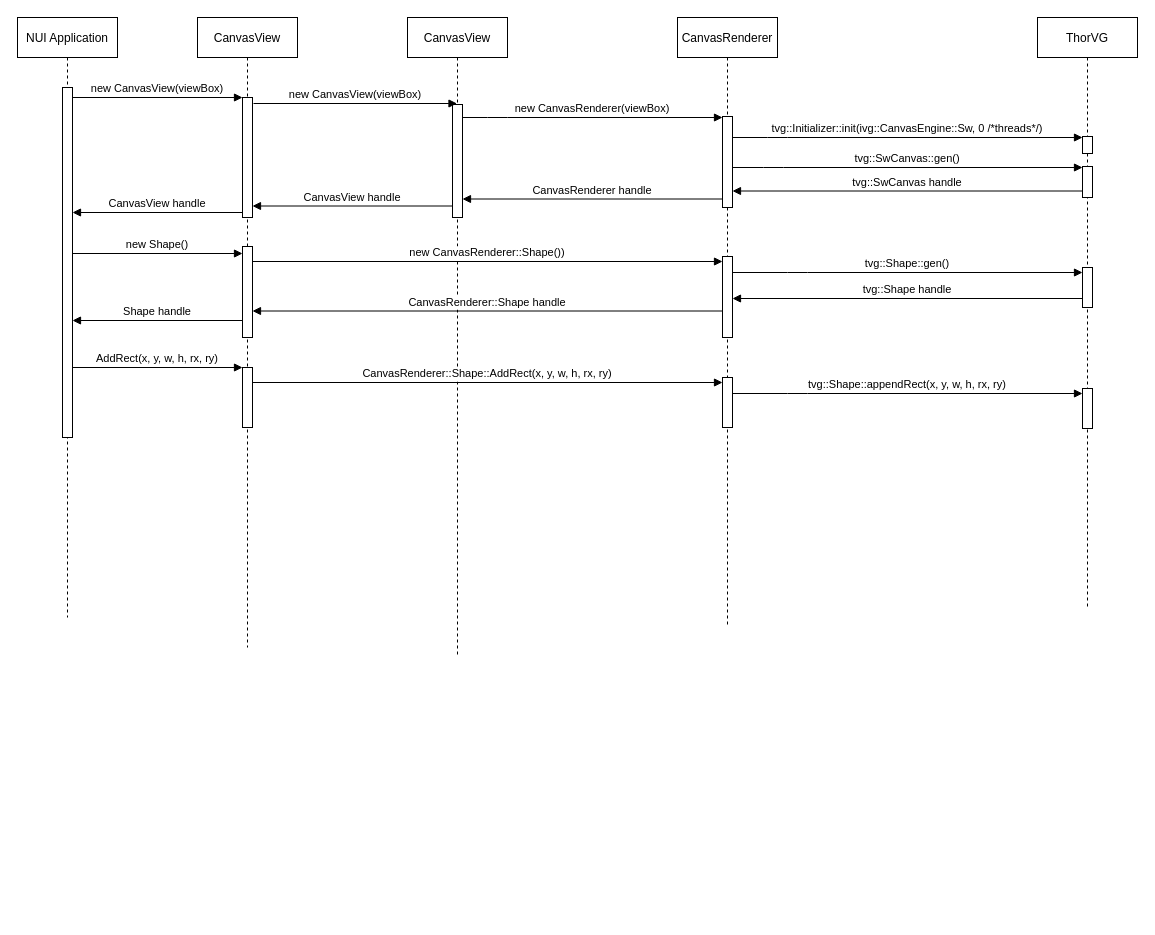
This is canvasview_sequence.drawio from JSUYA/jsuya.github.io, a draw.io file, before an edit. Source tidied: cells renumbered, new cells numbered last; positions are measured from the earlier drawing's top-left corner, leaving out a move shared by most shapes. Both pictures are drawn from the tidied source at 100%, with x=0, y=0 at pixel (17, 17).
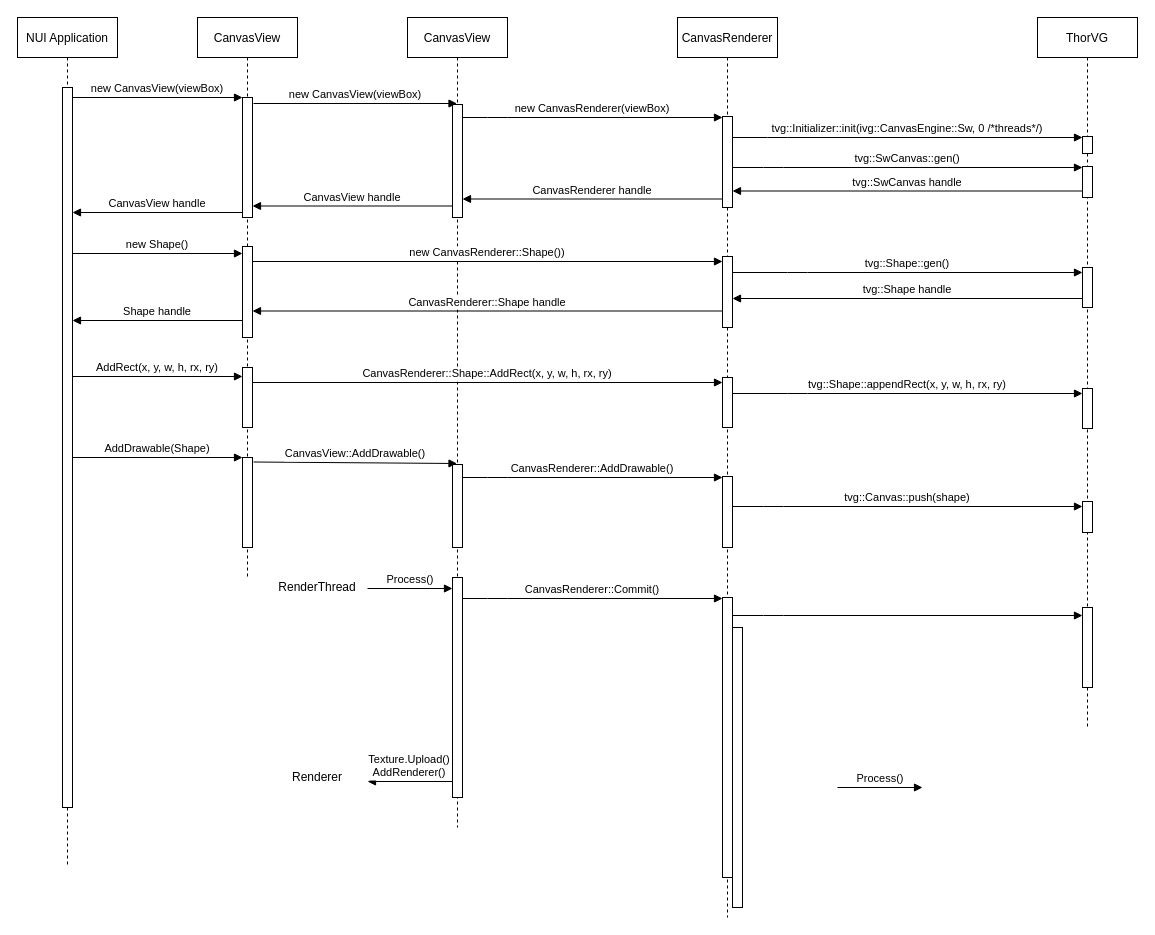
After the change.

The change refers to these unchanged cells:
```xml
<mxCell id="7" style="points=[];perimeter=orthogonalPerimeter;rounded=0;shadow=0;strokeWidth=1;" parent="4" vertex="1">
  <mxGeometry x="45" y="350" width="10" height="60" as="geometry" />
</mxCell>
```

What changed in the source:
```diff
@@
     <mxCell id="2" value="NUI Application" style="shape=umlLifeline;perimeter=lifelinePerimeter;rounded=0;shadow=0;strokeWidth=1;" parent="1" vertex="1">
-      <mxGeometry width="100" height="600" as="geometry" />
+      <mxGeometry width="100" height="850" as="geometry" />
     </mxCell>
     <mxCell id="3" style="points=[];perimeter=orthogonalPerimeter;rounded=0;shadow=0;strokeWidth=1;" parent="2" vertex="1">
-      <mxGeometry x="45" y="70" width="10" height="350" as="geometry" />
+      <mxGeometry x="45" y="70" width="10" height="720" as="geometry" />
     </mxCell>
     <mxCell id="4" value="CanvasView" style="shape=umlLifeline;perimeter=lifelinePerimeter;rounded=0;shadow=0;strokeWidth=1;" parent="1" vertex="1">
-      <mxGeometry x="180" width="100" height="630" as="geometry" />
+      <mxGeometry x="180" width="100" height="560" as="geometry" />
     </mxCell>
@@
     <mxCell id="9" value="CanvasView" style="shape=umlLifeline;perimeter=lifelinePerimeter;rounded=0;shadow=0;strokeWidth=1;" parent="1" vertex="1">
-      <mxGeometry x="390" width="100" height="640" as="geometry" />
+      <mxGeometry x="390" width="100" height="810" as="geometry" />
     </mxCell>
@@
+    <mxCell id="37" style="perimeter=orthogonalPerimeter;rounded=0;shadow=0;strokeWidth=1;" parent="9" vertex="1">
+      <mxGeometry x="45" y="560" width="10" height="220" as="geometry" />
+    </mxCell>
     <mxCell id="11" value="CanvasRenderer" style="shape=umlLifeline;perimeter=lifelinePerimeter;rounded=0;shadow=0;strokeWidth=1;" parent="1" vertex="1">
-      <mxGeometry x="660" width="100" height="610" as="geometry" />
+      <mxGeometry x="660" width="100" height="900" as="geometry" />
     </mxCell>
@@
     <mxCell id="13" style="perimeter=orthogonalPerimeter;rounded=0;shadow=0;strokeWidth=1;" parent="11" vertex="1">
-      <mxGeometry x="45" y="239" width="10" height="81" as="geometry" />
+      <mxGeometry x="45" y="239" width="10" height="71" as="geometry" />
     </mxCell>
     <mxCell id="14" value="ThorVG" style="shape=umlLifeline;perimeter=lifelinePerimeter;rounded=0;shadow=0;strokeWidth=1;" parent="1" vertex="1">
-      <mxGeometry x="1020" width="100" height="590" as="geometry" />
+      <mxGeometry x="1020" width="100" height="710" as="geometry" />
     </mxCell>
@@
-    <mxCell id="32" value="AddRect(x, y, w, h, rx, ry)" style="verticalAlign=bottom;endArrow=block;shadow=0;strokeWidth=1;" parent="1" edge="1" source="3" target="7">
-      <mxGeometry relative="1" as="geometry" />
+    <mxCell id="32" value="AddRect(x, y, w, h, rx, ry)" style="verticalAlign=bottom;endArrow=block;shadow=0;strokeWidth=1;" parent="1" edge="1">
+      <mxGeometry relative="1" as="geometry">
+        <mxPoint x="55" y="359" as="sourcePoint" />
+        <mxPoint x="225" y="359" as="targetPoint" />
+      </mxGeometry>
     </mxCell>
@@
+    <mxCell id="38" style="points=[];perimeter=orthogonalPerimeter;rounded=0;shadow=0;strokeWidth=1;" parent="1" vertex="1">
+      <mxGeometry x="225" y="440" width="10" height="90" as="geometry" />
+    </mxCell>
+    <mxCell id="39" value="AddDrawable(Shape)" style="verticalAlign=bottom;endArrow=block;entryX=0;entryY=0;shadow=0;strokeWidth=1;" parent="1" edge="1" target="38">
+      <mxGeometry relative="1" as="geometry">
+        <mxPoint x="55" y="440" as="sourcePoint" />
+      </mxGeometry>
+    </mxCell>
+    <mxCell id="40" style="points=[];perimeter=orthogonalPerimeter;rounded=0;shadow=0;strokeWidth=1;" parent="1" vertex="1">
+      <mxGeometry x="435" y="447" width="10" height="83" as="geometry" />
+    </mxCell>
+    <mxCell id="41" style="points=[];perimeter=orthogonalPerimeter;rounded=0;shadow=0;strokeWidth=1;" parent="1" vertex="1">
+      <mxGeometry x="705" y="459" width="10" height="71" as="geometry" />
+    </mxCell>
+    <mxCell id="42" value="CanvasView::AddDrawable()" style="verticalAlign=bottom;endArrow=block;shadow=0;strokeWidth=1;exitX=1.1;exitY=0.05;exitDx=0;exitDy=0;exitPerimeter=0;" parent="1" edge="1" source="38">
+      <mxGeometry relative="1" as="geometry">
+        <mxPoint x="439.5" y="446" as="targetPoint" />
+      </mxGeometry>
+    </mxCell>
+    <mxCell id="43" value="CanvasRenderer::AddDrawable()" style="verticalAlign=bottom;endArrow=block;shadow=0;strokeWidth=1;" parent="1" edge="1" source="40" target="41">
+      <mxGeometry relative="1" as="geometry">
+        <Array as="points">
+          <mxPoint x="480" y="460" />
+        </Array>
+      </mxGeometry>
+    </mxCell>
+    <mxCell id="44" value="tvg::Canvas::push(shape)" style="verticalAlign=bottom;endArrow=block;shadow=0;strokeWidth=1;" parent="1" edge="1">
+      <mxGeometry relative="1" as="geometry">
+        <mxPoint x="715" y="489" as="sourcePoint" />
+        <mxPoint x="1065" y="489" as="targetPoint" />
+        <Array as="points">
+          <mxPoint x="756" y="489" />
+        </Array>
+      </mxGeometry>
+    </mxCell>
+    <mxCell id="45" style="perimeter=orthogonalPerimeter;rounded=0;shadow=0;strokeWidth=1;" parent="1" vertex="1">
+      <mxGeometry x="1065" y="484" width="10" height="31" as="geometry" />
+    </mxCell>
+    <mxCell id="46" value="Process()" style="verticalAlign=bottom;endArrow=block;shadow=0;strokeWidth=1;" parent="1" edge="1">
+      <mxGeometry relative="1" as="geometry">
+        <mxPoint x="350" y="571" as="sourcePoint" />
+        <mxPoint x="435" y="571" as="targetPoint" />
+      </mxGeometry>
+    </mxCell>
+    <mxCell id="47" value="RenderThread" style="text;html=1;strokeColor=none;fillColor=none;align=center;verticalAlign=middle;whiteSpace=wrap;rounded=0;" parent="1" vertex="1">
+      <mxGeometry x="280" y="560" width="40" height="20" as="geometry" />
+    </mxCell>
+    <mxCell id="48" style="points=[];perimeter=orthogonalPerimeter;rounded=0;shadow=0;strokeWidth=1;" parent="1" vertex="1">
+      <mxGeometry x="705" y="580" width="10" height="280" as="geometry" />
+    </mxCell>
+    <mxCell id="49" value="CanvasRenderer::Commit()" style="verticalAlign=bottom;endArrow=block;shadow=0;strokeWidth=1;" parent="1" edge="1" target="48">
+      <mxGeometry relative="1" as="geometry">
+        <mxPoint x="445" y="581" as="sourcePoint" />
+        <Array as="points">
+          <mxPoint x="480" y="581" />
+        </Array>
+      </mxGeometry>
+    </mxCell>
+    <mxCell id="50" style="verticalAlign=bottom;endArrow=block;shadow=0;strokeWidth=1;" parent="1" edge="1">
+      <mxGeometry relative="1" as="geometry">
+        <mxPoint x="715" y="598" as="sourcePoint" />
+        <mxPoint x="1065" y="598" as="targetPoint" />
+        <Array as="points">
+          <mxPoint x="756" y="598" />
+        </Array>
+      </mxGeometry>
+    </mxCell>
+    <mxCell id="51" style="perimeter=orthogonalPerimeter;rounded=0;shadow=0;strokeWidth=1;" parent="1" vertex="1">
+      <mxGeometry x="1065" y="590" width="10" height="80" as="geometry" />
+    </mxCell>
+    <mxCell id="52" value="Texture.Upload()&#10;AddRenderer()" style="verticalAlign=bottom;endArrow=block;shadow=0;strokeWidth=1;" parent="1" edge="1">
+      <mxGeometry relative="1" as="geometry">
+        <mxPoint x="435" y="764" as="sourcePoint" />
+        <mxPoint x="350" y="764" as="targetPoint" />
+      </mxGeometry>
+    </mxCell>
+    <mxCell id="53" value="Renderer" style="text;html=1;strokeColor=none;fillColor=none;align=center;verticalAlign=middle;whiteSpace=wrap;rounded=0;" parent="1" vertex="1">
+      <mxGeometry x="280" y="750" width="40" height="20" as="geometry" />
+    </mxCell>
+    <mxCell id="54" value="Process()" style="verticalAlign=bottom;endArrow=block;shadow=0;strokeWidth=1;" parent="1" edge="1">
+      <mxGeometry relative="1" as="geometry">
+        <mxPoint x="820" y="770" as="sourcePoint" />
+        <mxPoint x="905" y="770" as="targetPoint" />
+      </mxGeometry>
+    </mxCell>
+    <mxCell id="55" style="perimeter=orthogonalPerimeter;rounded=0;shadow=0;strokeWidth=1;" parent="1" vertex="1">
+      <mxGeometry x="715" y="610" width="10" height="280" as="geometry" />
+    </mxCell>
```
